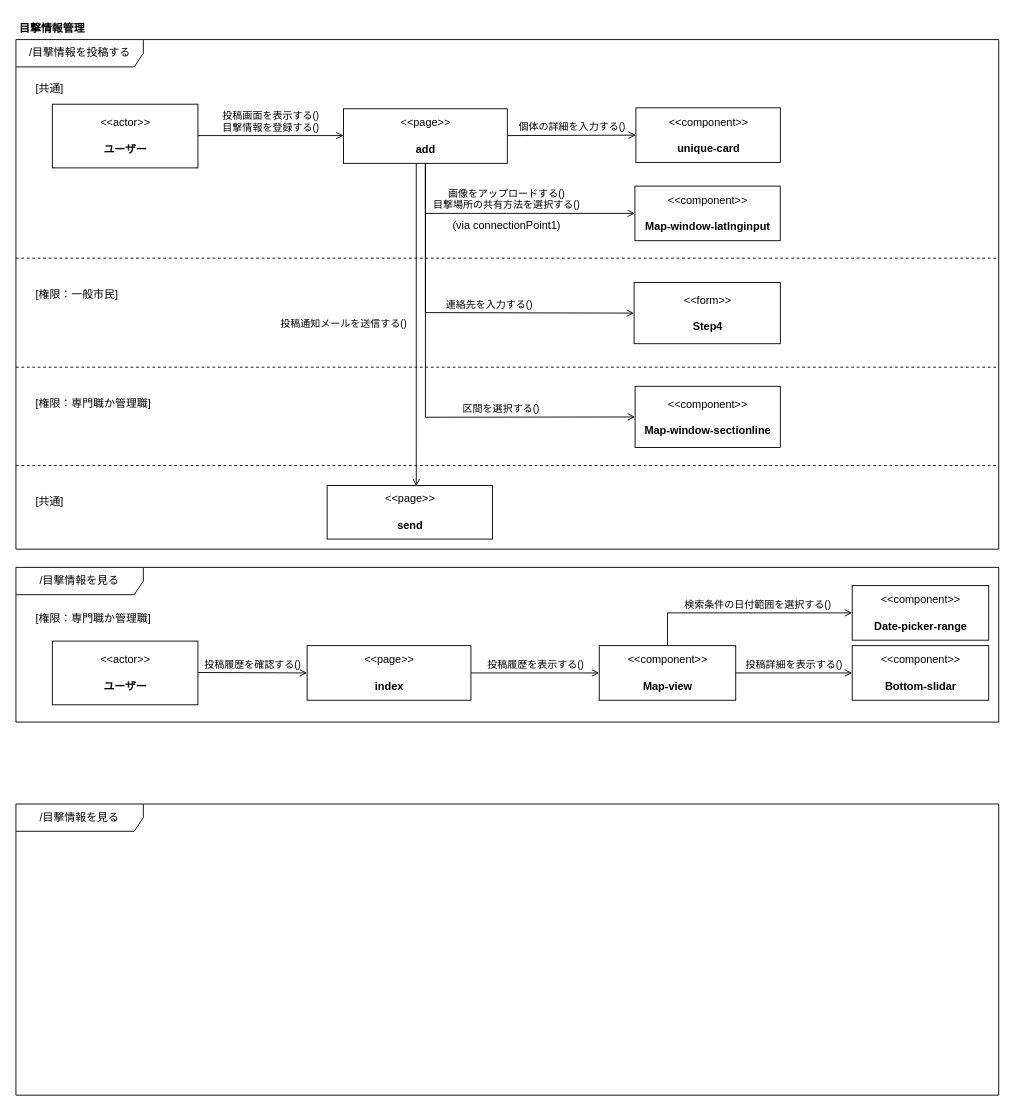
The draw.io diagram page "コンポーネントとアクション" (4 of 6) of Iriomote.drawio in kaoru387/draw.io, before the edit. Source tidied: cells renumbered, new cells numbered last; positions are measured from the earlier drawing's top-left corner, leaving out a move shared by most shapes. Both pictures are drawn from the tidied source at 91%, with x=0, y=0 at pixel (15, 15).
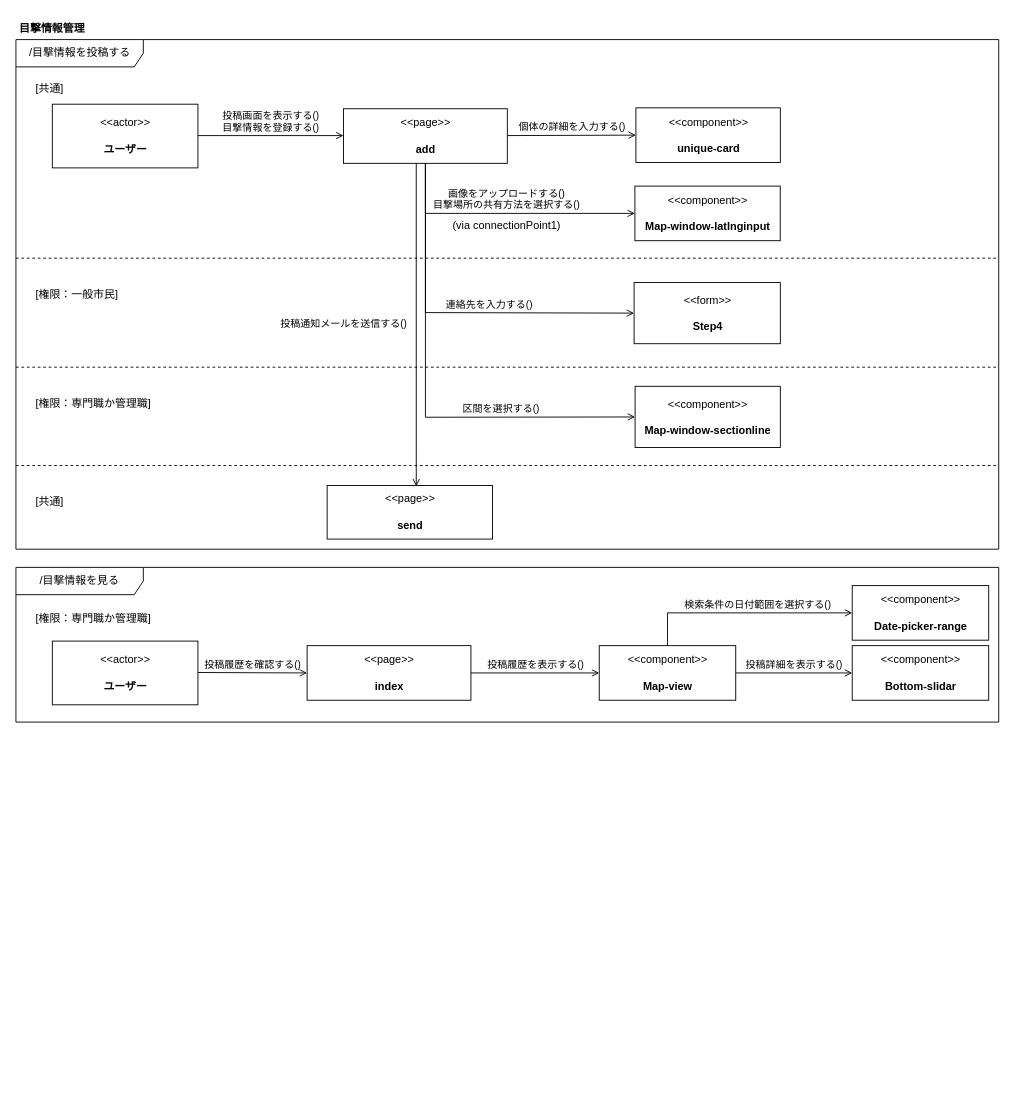
After the change.

The edit, as a diff of the source:
```diff
@@
-    <mxCell id="34" value="/目撃情報を見る" style="shape=umlFrame;whiteSpace=wrap;html=1;width=140;height=30;" parent="1" vertex="1">
-      <mxGeometry y="866" width="1080" height="320" as="geometry" />
-    </mxCell>
```
